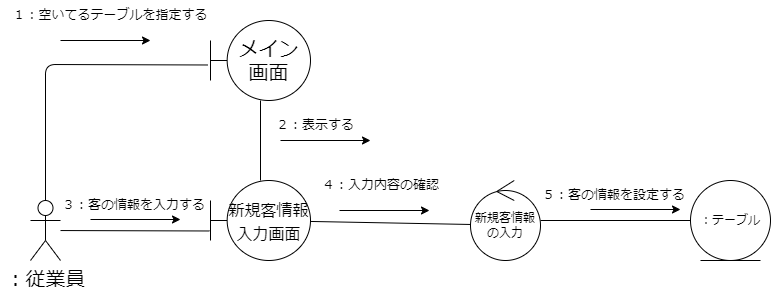
Before: psp4/コミュニケーション図/コミュニケーション図_新規客情報入力.drawio.png, a diagram exported from draw.io (MasakiHiguchi/---). Source tidied: cells renumbered, new cells last; positions are measured from the earlier drawing's top-left corner, leaving out a move shared by most shapes. Its diagram source:
```xml
<mxGraphModel>
  <root>
    <mxCell id="0" />
    <mxCell id="1" parent="0" />
    <mxCell id="2" style="edgeStyle=none;hachureGap=4;html=1;entryX=-0.03;entryY=0.556;entryDx=0;entryDy=0;entryPerimeter=0;fontFamily=Helvetica;fontSize=16;endArrow=none;endFill=0;" parent="1" edge="1" source="4" target="6">
      <mxGeometry relative="1" as="geometry">
        <Array as="points">
          <mxPoint x="45" y="64" />
        </Array>
      </mxGeometry>
    </mxCell>
    <mxCell id="3" style="edgeStyle=none;html=1;entryX=-0.01;entryY=0.631;entryDx=0;entryDy=0;entryPerimeter=0;endArrow=none;endFill=0;" parent="1" edge="1" source="4" target="9">
      <mxGeometry relative="1" as="geometry" />
    </mxCell>
    <mxCell id="4" value="：従業員" style="shape=umlActor;verticalLabelPosition=bottom;verticalAlign=top;html=1;outlineConnect=0;hachureGap=4;fontFamily=Helvetica;fontSize=20;" parent="1" vertex="1">
      <mxGeometry x="30" y="200" width="30" height="60" as="geometry" />
    </mxCell>
    <mxCell id="5" style="edgeStyle=none;hachureGap=4;html=1;fontFamily=Helvetica;fontSize=13;endArrow=none;endFill=0;" parent="1" edge="1" source="6" target="9">
      <mxGeometry relative="1" as="geometry" />
    </mxCell>
    <mxCell id="6" value="メイン&lt;br&gt;画面" style="shape=umlBoundary;whiteSpace=wrap;html=1;hachureGap=4;fontFamily=Helvetica;fontSize=20;" parent="1" vertex="1">
      <mxGeometry x="210" y="20" width="100" height="80" as="geometry" />
    </mxCell>
    <mxCell id="7" value="１：空いてるテーブルを指定する" style="text;html=1;strokeColor=none;fillColor=none;align=center;verticalAlign=middle;whiteSpace=wrap;rounded=0;hachureGap=4;fontFamily=Architects Daughter;fontSource=https%3A%2F%2Ffonts.googleapis.com%2Fcss%3Ffamily%3DArchitects%2BDaughter;fontSize=13;" parent="1" vertex="1">
      <mxGeometry width="220" height="30" as="geometry" />
    </mxCell>
    <mxCell id="8" style="edgeStyle=none;html=1;entryX=0.021;entryY=0.55;entryDx=0;entryDy=0;entryPerimeter=0;endArrow=none;endFill=0;" parent="1" edge="1" source="9" target="12">
      <mxGeometry relative="1" as="geometry" />
    </mxCell>
    <mxCell id="9" value="&lt;font style=&quot;font-size: 16px;&quot;&gt;新規客情報入力画面&lt;/font&gt;" style="shape=umlBoundary;whiteSpace=wrap;html=1;hachureGap=4;fontFamily=Helvetica;fontSize=20;" parent="1" vertex="1">
      <mxGeometry x="210" y="180" width="100" height="80" as="geometry" />
    </mxCell>
    <mxCell id="10" value="２：表示する" style="text;html=1;strokeColor=none;fillColor=none;align=left;verticalAlign=middle;whiteSpace=wrap;rounded=0;hachureGap=4;fontFamily=Architects Daughter;fontSource=https%3A%2F%2Ffonts.googleapis.com%2Fcss%3Ffamily%3DArchitects%2BDaughter;fontSize=13;" parent="1" vertex="1">
      <mxGeometry x="274" y="110" width="220" height="30" as="geometry" />
    </mxCell>
    <mxCell id="11" style="edgeStyle=none;html=1;entryX=0;entryY=0.5;entryDx=0;entryDy=0;endArrow=none;endFill=0;" parent="1" edge="1" source="12" target="14">
      <mxGeometry relative="1" as="geometry" />
    </mxCell>
    <mxCell id="12" value="新規客情報の入力" style="ellipse;shape=umlControl;whiteSpace=wrap;html=1;" parent="1" vertex="1">
      <mxGeometry x="470" y="180" width="70" height="80" as="geometry" />
    </mxCell>
    <mxCell id="13" value="３：客の情報を入力する" style="text;html=1;strokeColor=none;fillColor=none;align=left;verticalAlign=middle;whiteSpace=wrap;rounded=0;hachureGap=4;fontFamily=Architects Daughter;fontSource=https%3A%2F%2Ffonts.googleapis.com%2Fcss%3Ffamily%3DArchitects%2BDaughter;fontSize=13;" parent="1" vertex="1">
      <mxGeometry x="60" y="190" width="160" height="30" as="geometry" />
    </mxCell>
    <mxCell id="14" value="：テーブル" style="ellipse;shape=umlEntity;whiteSpace=wrap;html=1;" parent="1" vertex="1">
      <mxGeometry x="690" y="180" width="80" height="80" as="geometry" />
    </mxCell>
    <mxCell id="15" value="４：入力内容の確認&lt;span style=&quot;color: rgba(0, 0, 0, 0); font-family: monospace; font-size: 0px;&quot;&gt;%3CmxGraphModel%3E%3Croot%3E%3CmxCell%20id%3D%220%22%2F%3E%3CmxCell%20id%3D%221%22%20parent%3D%220%22%2F%3E%3CmxCell%20id%3D%222%22%20value%3D%22%EF%BC%93%EF%BC%9A%E5%AE%A2%E3%81%AE%E6%83%85%E5%A0%B1%E3%82%92%E5%85%A5%E5%8A%9B%E3%81%99%E3%82%8B%22%20style%3D%22text%3Bhtml%3D1%3BstrokeColor%3Dnone%3BfillColor%3Dnone%3Balign%3Dleft%3BverticalAlign%3Dmiddle%3BwhiteSpace%3Dwrap%3Brounded%3D0%3BhachureGap%3D4%3BfontFamily%3DArchitects%20Daughter%3BfontSource%3Dhttps%253A%252F%252Ffonts.googleapis.com%252Fcss%253Ffamily%253DArchitects%252BDaughter%3BfontSize%3D13%3B%22%20vertex%3D%221%22%20parent%3D%221%22%3E%3CmxGeometry%20x%3D%2290%22%20y%3D%22280%22%20width%3D%22160%22%20height%3D%2230%22%20as%3D%22geometry%22%2F%3E%3C%2FmxCell%3E%3C%2Froot%3E%3C%2FmxGraphModel%3E&lt;/span&gt;" style="text;html=1;strokeColor=none;fillColor=none;align=left;verticalAlign=middle;whiteSpace=wrap;rounded=0;hachureGap=4;fontFamily=Architects Daughter;fontSource=https%3A%2F%2Ffonts.googleapis.com%2Fcss%3Ffamily%3DArchitects%2BDaughter;fontSize=13;" parent="1" vertex="1">
      <mxGeometry x="320" y="170" width="160" height="30" as="geometry" />
    </mxCell>
    <mxCell id="16" value="５：客の情報を設定する" style="text;html=1;strokeColor=none;fillColor=none;align=left;verticalAlign=middle;whiteSpace=wrap;rounded=0;hachureGap=4;fontFamily=Architects Daughter;fontSource=https%3A%2F%2Ffonts.googleapis.com%2Fcss%3Ffamily%3DArchitects%2BDaughter;fontSize=13;" parent="1" vertex="1">
      <mxGeometry x="540" y="180" width="160" height="30" as="geometry" />
    </mxCell>
    <mxCell id="17" style="endArrow=classic;html=1;" parent="1" edge="1">
      <mxGeometry relative="1" as="geometry">
        <mxPoint x="60" y="40" as="sourcePoint" />
        <mxPoint x="150" y="40" as="targetPoint" />
      </mxGeometry>
    </mxCell>
    <mxCell id="18" style="endArrow=classic;html=1;" parent="1" edge="1">
      <mxGeometry relative="1" as="geometry">
        <mxPoint x="590" y="209" as="sourcePoint" />
        <mxPoint x="680" y="209" as="targetPoint" />
      </mxGeometry>
    </mxCell>
    <mxCell id="19" style="endArrow=classic;html=1;" parent="1" edge="1">
      <mxGeometry relative="1" as="geometry">
        <mxPoint x="339" y="210" as="sourcePoint" />
        <mxPoint x="429" y="210" as="targetPoint" />
      </mxGeometry>
    </mxCell>
    <mxCell id="20" style="endArrow=classic;html=1;" parent="1" edge="1">
      <mxGeometry relative="1" as="geometry">
        <mxPoint x="280" y="140" as="sourcePoint" />
        <mxPoint x="370" y="140" as="targetPoint" />
      </mxGeometry>
    </mxCell>
    <mxCell id="21" style="endArrow=classic;html=1;" parent="1" edge="1">
      <mxGeometry relative="1" as="geometry">
        <mxPoint x="90" y="219" as="sourcePoint" />
        <mxPoint x="180" y="219" as="targetPoint" />
      </mxGeometry>
    </mxCell>
  </root>
</mxGraphModel>
```
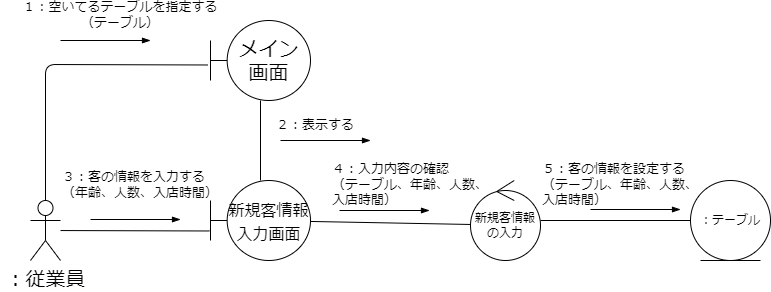
After the change.

Diff of the diagram source:
```diff
@@ -21,8 +21,8 @@
     <mxCell id="6" value="メイン&lt;br&gt;画面" style="shape=umlBoundary;whiteSpace=wrap;html=1;hachureGap=4;fontFamily=Helvetica;fontSize=20;" parent="1" vertex="1">
       <mxGeometry x="210" y="20" width="100" height="80" as="geometry" />
     </mxCell>
-    <mxCell id="7" value="１：空いてるテーブルを指定する" style="text;html=1;strokeColor=none;fillColor=none;align=center;verticalAlign=middle;whiteSpace=wrap;rounded=0;hachureGap=4;fontFamily=Architects Daughter;fontSource=https%3A%2F%2Ffonts.googleapis.com%2Fcss%3Ffamily%3DArchitects%2BDaughter;fontSize=13;" parent="1" vertex="1">
-      <mxGeometry width="220" height="30" as="geometry" />
+    <mxCell id="7" value="１：空いてるテーブルを指定する&lt;br&gt;（テーブル）" style="text;html=1;strokeColor=none;fillColor=none;align=center;verticalAlign=middle;whiteSpace=wrap;rounded=0;hachureGap=4;fontFamily=Architects Daughter;fontSource=https%3A%2F%2Ffonts.googleapis.com%2Fcss%3Ffamily%3DArchitects%2BDaughter;fontSize=13;" parent="1" vertex="1">
+      <mxGeometry width="240" height="30" as="geometry" />
     </mxCell>
     <mxCell id="8" style="edgeStyle=none;html=1;entryX=0.021;entryY=0.55;entryDx=0;entryDy=0;entryPerimeter=0;endArrow=none;endFill=0;" parent="1" edge="1" source="9" target="12">
       <mxGeometry relative="1" as="geometry" />
@@ -39,43 +39,43 @@
     <mxCell id="12" value="新規客情報の入力" style="ellipse;shape=umlControl;whiteSpace=wrap;html=1;" parent="1" vertex="1">
       <mxGeometry x="470" y="180" width="70" height="80" as="geometry" />
     </mxCell>
-    <mxCell id="13" value="３：客の情報を入力する" style="text;html=1;strokeColor=none;fillColor=none;align=left;verticalAlign=middle;whiteSpace=wrap;rounded=0;hachureGap=4;fontFamily=Architects Daughter;fontSource=https%3A%2F%2Ffonts.googleapis.com%2Fcss%3Ffamily%3DArchitects%2BDaughter;fontSize=13;" parent="1" vertex="1">
-      <mxGeometry x="60" y="190" width="160" height="30" as="geometry" />
+    <mxCell id="13" value="３：客の情報を入力する（年齢、人数、入店時間）" style="text;html=1;strokeColor=none;fillColor=none;align=left;verticalAlign=middle;whiteSpace=wrap;rounded=0;hachureGap=4;fontFamily=Architects Daughter;fontSource=https%3A%2F%2Ffonts.googleapis.com%2Fcss%3Ffamily%3DArchitects%2BDaughter;fontSize=13;" parent="1" vertex="1">
+      <mxGeometry x="60" y="170" width="160" height="30" as="geometry" />
     </mxCell>
     <mxCell id="14" value="：テーブル" style="ellipse;shape=umlEntity;whiteSpace=wrap;html=1;" parent="1" vertex="1">
       <mxGeometry x="690" y="180" width="80" height="80" as="geometry" />
     </mxCell>
-    <mxCell id="15" value="４：入力内容の確認&lt;span style=&quot;color: rgba(0, 0, 0, 0); font-family: monospace; font-size: 0px;&quot;&gt;%3CmxGraphModel%3E%3Croot%3E%3CmxCell%20id%3D%220%22%2F%3E%3CmxCell%20id%3D%221%22%20parent%3D%220%22%2F%3E%3CmxCell%20id%3D%222%22%20value%3D%22%EF%BC%93%EF%BC%9A%E5%AE%A2%E3%81%AE%E6%83%85%E5%A0%B1%E3%82%92%E5%85%A5%E5%8A%9B%E3%81%99%E3%82%8B%22%20style%3D%22text%3Bhtml%3D1%3BstrokeColor%3Dnone%3BfillColor%3Dnone%3Balign%3Dleft%3BverticalAlign%3Dmiddle%3BwhiteSpace%3Dwrap%3Brounded%3D0%3BhachureGap%3D4%3BfontFamily%3DArchitects%20Daughter%3BfontSource%3Dhttps%253A%252F%252Ffonts.googleapis.com%252Fcss%253Ffamily%253DArchitects%252BDaughter%3BfontSize%3D13%3B%22%20vertex%3D%221%22%20parent%3D%221%22%3E%3CmxGeometry%20x%3D%2290%22%20y%3D%22280%22%20width%3D%22160%22%20height%3D%2230%22%20as%3D%22geometry%22%2F%3E%3C%2FmxCell%3E%3C%2Froot%3E%3C%2FmxGraphModel%3E&lt;/span&gt;" style="text;html=1;strokeColor=none;fillColor=none;align=left;verticalAlign=middle;whiteSpace=wrap;rounded=0;hachureGap=4;fontFamily=Architects Daughter;fontSource=https%3A%2F%2Ffonts.googleapis.com%2Fcss%3Ffamily%3DArchitects%2BDaughter;fontSize=13;" parent="1" vertex="1">
-      <mxGeometry x="320" y="170" width="160" height="30" as="geometry" />
+    <mxCell id="15" value="４：入力内容の確認&lt;br&gt;（テーブル、年齢、人数、入店時間）&lt;span style=&quot;color: rgba(0, 0, 0, 0); font-family: monospace; font-size: 0px;&quot;&gt;%3CmxGraphModel%3E%3Croot%3E%3CmxCell%20id%3D%220%22%2F%3E%3CmxCell%20id%3D%221%22%20parent%3D%220%22%2F%3E%3CmxCell%20id%3D%222%22%20value%3D%22%EF%BC%93%EF%BC%9A%E5%AE%A2%E3%81%AE%E6%83%85%E5%A0%B1%E3%82%92%E5%85%A5%E5%8A%9B%E3%81%99%E3%82%8B%22%20style%3D%22text%3Bhtml%3D1%3BstrokeColor%3Dnone%3BfillColor%3Dnone%3Balign%3Dleft%3BverticalAlign%3Dmiddle%3BwhiteSpace%3Dwrap%3Brounded%3D0%3BhachureGap%3D4%3BfontFamily%3DArchitects%20Daughter%3BfontSource%3Dhttps%253A%252F%252Ffonts.googleapis.com%252Fcss%253Ffamily%253DArchitects%252BDaughter%3BfontSize%3D13%3B%22%20vertex%3D%221%22%20parent%3D%221%22%3E%3CmxGeometry%20x%3D%2290%22%20y%3D%22280%22%20width%3D%22160%22%20height%3D%2230%22%20as%3D%22geometry%22%2F%3E%3C%2FmxCell%3E%3C%2Froot%3E%3C%2FmxGraphModel%3E&lt;/span&gt;" style="text;html=1;strokeColor=none;fillColor=none;align=left;verticalAlign=middle;whiteSpace=wrap;rounded=0;hachureGap=4;fontFamily=Architects Daughter;fontSource=https%3A%2F%2Ffonts.googleapis.com%2Fcss%3Ffamily%3DArchitects%2BDaughter;fontSize=13;" parent="1" vertex="1">
+      <mxGeometry x="330" y="170" width="160" height="30" as="geometry" />
     </mxCell>
-    <mxCell id="16" value="５：客の情報を設定する" style="text;html=1;strokeColor=none;fillColor=none;align=left;verticalAlign=middle;whiteSpace=wrap;rounded=0;hachureGap=4;fontFamily=Architects Daughter;fontSource=https%3A%2F%2Ffonts.googleapis.com%2Fcss%3Ffamily%3DArchitects%2BDaughter;fontSize=13;" parent="1" vertex="1">
-      <mxGeometry x="540" y="180" width="160" height="30" as="geometry" />
+    <mxCell id="16" value="５：客の情報を設定する&lt;br&gt;（テーブル、年齢、人数、入店時間）" style="text;html=1;strokeColor=none;fillColor=none;align=left;verticalAlign=middle;whiteSpace=wrap;rounded=0;hachureGap=4;fontFamily=Architects Daughter;fontSource=https%3A%2F%2Ffonts.googleapis.com%2Fcss%3Ffamily%3DArchitects%2BDaughter;fontSize=13;" parent="1" vertex="1">
+      <mxGeometry x="540" y="170" width="160" height="30" as="geometry" />
     </mxCell>
-    <mxCell id="17" style="endArrow=classic;html=1;" parent="1" edge="1">
+    <mxCell id="17" style="endArrow=blockThin;html=1;endFill=1;" parent="1" edge="1">
       <mxGeometry relative="1" as="geometry">
         <mxPoint x="60" y="40" as="sourcePoint" />
         <mxPoint x="150" y="40" as="targetPoint" />
       </mxGeometry>
     </mxCell>
-    <mxCell id="18" style="endArrow=classic;html=1;" parent="1" edge="1">
+    <mxCell id="18" style="endArrow=blockThin;html=1;endFill=1;" parent="1" edge="1">
       <mxGeometry relative="1" as="geometry">
         <mxPoint x="590" y="209" as="sourcePoint" />
         <mxPoint x="680" y="209" as="targetPoint" />
       </mxGeometry>
     </mxCell>
-    <mxCell id="19" style="endArrow=classic;html=1;" parent="1" edge="1">
+    <mxCell id="19" style="endArrow=blockThin;html=1;endFill=1;" parent="1" edge="1">
       <mxGeometry relative="1" as="geometry">
         <mxPoint x="339" y="210" as="sourcePoint" />
         <mxPoint x="429" y="210" as="targetPoint" />
       </mxGeometry>
     </mxCell>
-    <mxCell id="20" style="endArrow=classic;html=1;" parent="1" edge="1">
+    <mxCell id="20" style="endArrow=blockThin;html=1;endFill=1;" parent="1" edge="1">
       <mxGeometry relative="1" as="geometry">
         <mxPoint x="280" y="140" as="sourcePoint" />
         <mxPoint x="370" y="140" as="targetPoint" />
       </mxGeometry>
     </mxCell>
-    <mxCell id="21" style="endArrow=classic;html=1;" parent="1" edge="1">
+    <mxCell id="21" style="endArrow=blockThin;html=1;endFill=1;" parent="1" edge="1">
       <mxGeometry relative="1" as="geometry">
         <mxPoint x="90" y="219" as="sourcePoint" />
         <mxPoint x="180" y="219" as="targetPoint" />
```
